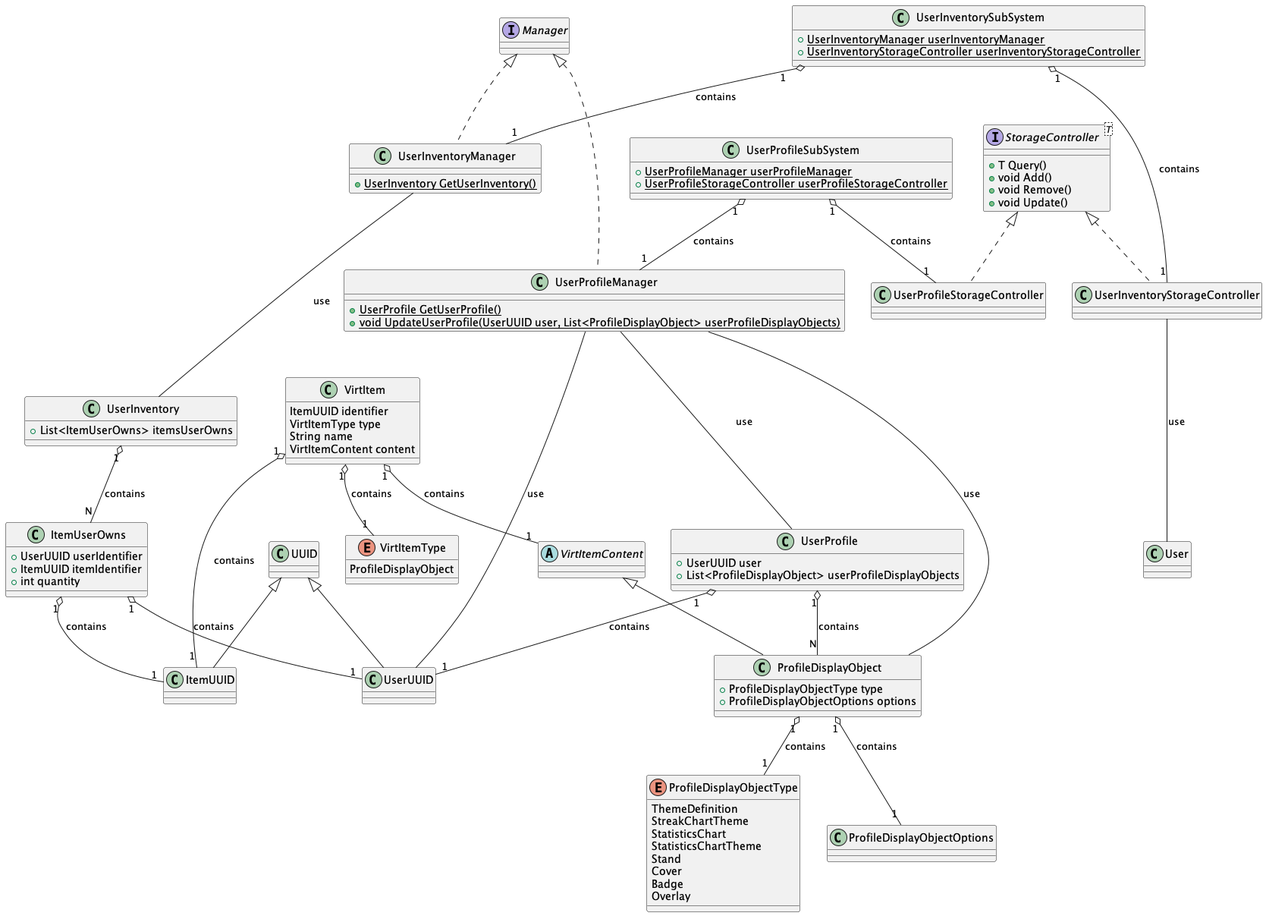
Before: rendered/UserProfileInventory.png, a diagram exported from PlantUML (ShapeLayer/se-lecture-task__project-structure-definitions).
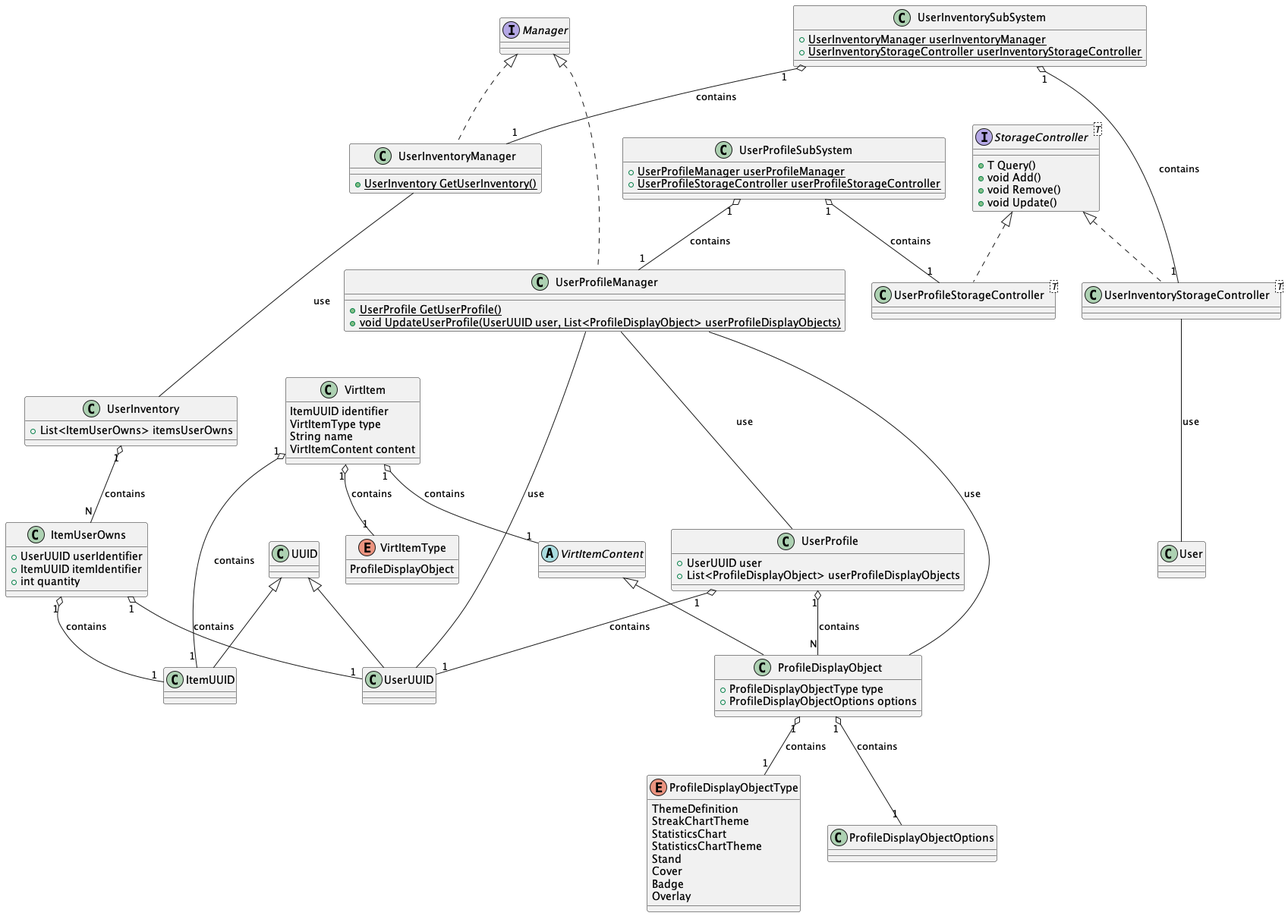
The same diagram one commit later.

Diff of the diagram source:
```diff
@@ -48,7 +48,7 @@
 
 UserInventoryManager --- UserInventory : use
 
-class UserInventoryStorageController implements StorageController {}
+class UserInventoryStorageController<T> implements StorageController {}
 UserInventoryStorageController --- User : use
 
 class UserInventorySubSystem {
@@ -96,7 +96,7 @@
 UserProfileManager --- UserProfile : use
 UserProfileManager --- ProfileDisplayObject : use
 
-class UserProfileStorageController implements StorageController {}
+class UserProfileStorageController<T> implements StorageController {}
 
 class UserProfileSubSystem {
     + {static} UserProfileManager userProfileManager
```
